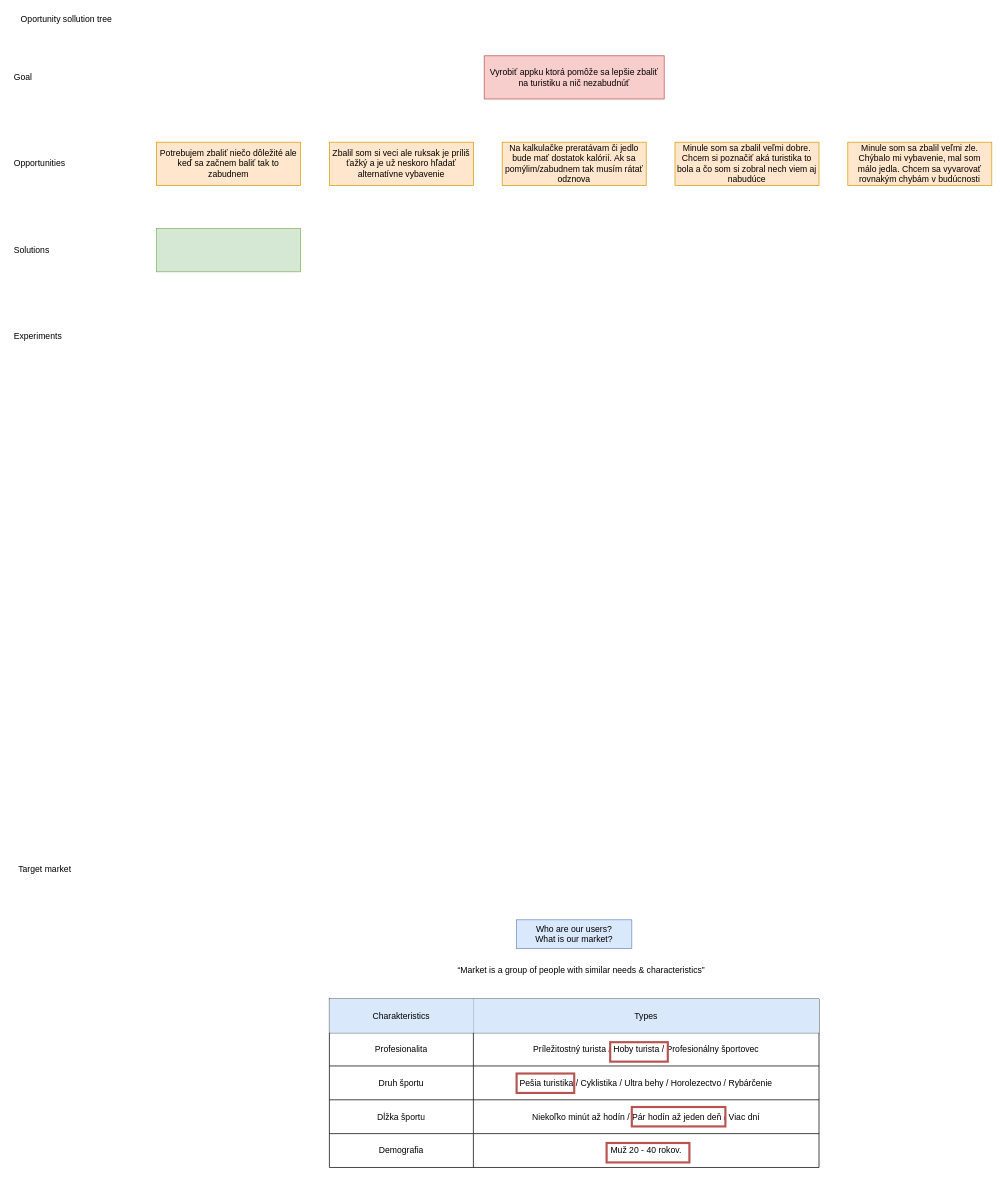
Before: product strategy/product strategy.drawio in gstibi/zbal, a draw.io diagram. Source tidied: cells renumbered, new cells numbered last; positions are measured from the earlier drawing's top-left corner, leaving out a move shared by most shapes. Both pictures are drawn from the tidied source at 72%, with x=0, y=0 at pixel (12, 12).
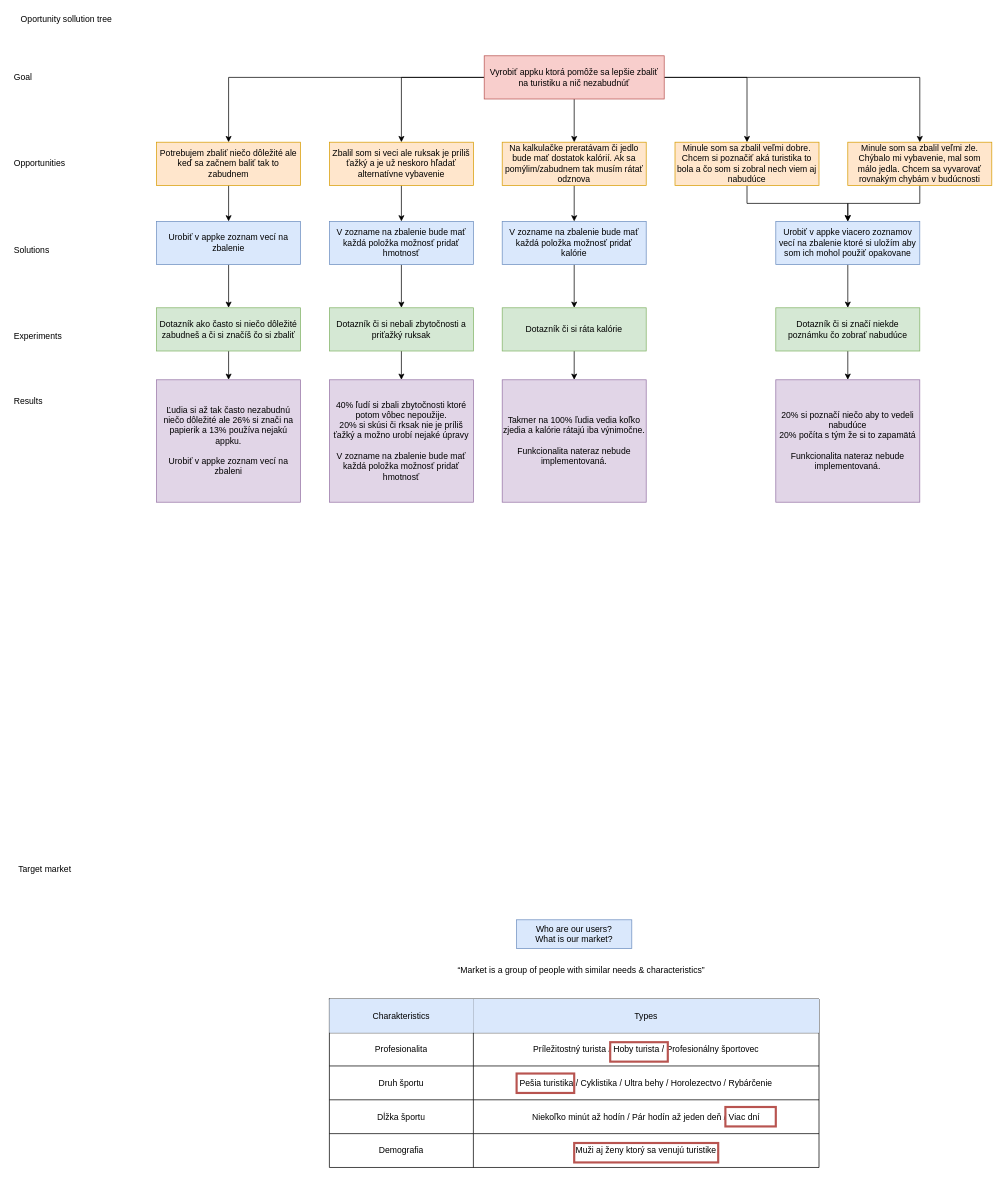
Above is the later version.

Commit message:
added results of interview

added results of interview into opportunity/sollution tree

Unchanged cells that the change refers to:
```xml
<mxCell id="4" value="Vyrobiť appku ktorá pomôže sa lepšie zbaliť na turistiku a nič nezabudnúť" style="rounded=0;whiteSpace=wrap;html=1;fillColor=#f8cecc;strokeColor=#b85450;" parent="1" vertex="1">
  <mxGeometry x="655" y="60" width="250" height="60" as="geometry" />
</mxCell>
<mxCell id="5" value="Potrebujem zbaliť niečo dôležité ale keď sa začnem baliť tak to zabudnem" style="rounded=0;whiteSpace=wrap;html=1;fillColor=#ffe6cc;strokeColor=#d79b00;" parent="1" vertex="1">
  <mxGeometry x="200" y="180" width="200" height="60" as="geometry" />
</mxCell>
<mxCell id="6" value="Zbalil som si veci ale ruksak je príliš ťažký a je už neskoro hľadať alternatívne vybavenie" style="rounded=0;whiteSpace=wrap;html=1;fillColor=#ffe6cc;strokeColor=#d79b00;" parent="1" vertex="1">
  <mxGeometry x="440" y="180" width="200" height="60" as="geometry" />
</mxCell>
<mxCell id="7" value="Na kalkulačke preratávam či jedlo bude mať dostatok kalórií. Ak sa pomýlim/zabudnem tak musím rátať odznova" style="rounded=0;whiteSpace=wrap;html=1;fillColor=#ffe6cc;strokeColor=#d79b00;" parent="1" vertex="1">
  <mxGeometry x="680" y="180" width="200" height="60" as="geometry" />
</mxCell>
<mxCell id="8" value="Minule som sa zbalil veľmi dobre. Chcem si poznačiť aká turistika to bola a čo som si zobral nech viem aj nabudúce" style="rounded=0;whiteSpace=wrap;html=1;fillColor=#ffe6cc;strokeColor=#d79b00;" parent="1" vertex="1">
  <mxGeometry x="920" y="180" width="200" height="60" as="geometry" />
</mxCell>
<mxCell id="9" value="Minule som sa zbalil veľmi zle. Chýbalo mi vybavenie, mal som málo jedla. Chcem sa vyvarovať rovnakým chybám v budúcnosti" style="rounded=0;whiteSpace=wrap;html=1;fillColor=#ffe6cc;strokeColor=#d79b00;" parent="1" vertex="1">
  <mxGeometry x="1160" y="180" width="200" height="60" as="geometry" />
</mxCell>
<mxCell id="30" style="shape=partialRectangle;html=1;whiteSpace=wrap;fillColor=none;top=0;left=0;bottom=0;right=0;" parent="17" vertex="1">
  <mxGeometry y="187" width="680" height="47" as="geometry" />
</mxCell>
```

Diff of the diagram source:
```diff
@@
+    <mxCell id="37" style="edgeStyle=orthogonalEdgeStyle;rounded=0;jettySize=auto;html=1;" parent="1" edge="1" source="4" target="7">
+      <mxGeometry relative="1" as="geometry" />
+    </mxCell>
+    <mxCell id="38" style="edgeStyle=orthogonalEdgeStyle;rounded=0;jettySize=auto;html=1;" parent="1" edge="1" source="4" target="5">
+      <mxGeometry relative="1" as="geometry" />
+    </mxCell>
+    <mxCell id="39" style="edgeStyle=orthogonalEdgeStyle;rounded=0;jettySize=auto;html=1;entryX=0.5;entryY=0;entryDx=0;entryDy=0;" parent="1" edge="1" source="4" target="6">
+      <mxGeometry relative="1" as="geometry" />
+    </mxCell>
+    <mxCell id="40" style="edgeStyle=orthogonalEdgeStyle;rounded=0;jettySize=auto;html=1;entryX=0.5;entryY=0;entryDx=0;entryDy=0;" parent="1" edge="1" source="4" target="9">
+      <mxGeometry relative="1" as="geometry" />
+    </mxCell>
+    <mxCell id="41" style="edgeStyle=orthogonalEdgeStyle;rounded=0;jettySize=auto;html=1;entryX=0.5;entryY=0;entryDx=0;entryDy=0;" parent="1" edge="1" source="4" target="8">
+      <mxGeometry relative="1" as="geometry" />
+    </mxCell>
@@
+    <mxCell id="42" style="edgeStyle=orthogonalEdgeStyle;rounded=0;jettySize=auto;html=1;" parent="1" edge="1" source="5" target="55">
+      <mxGeometry relative="1" as="geometry" />
+    </mxCell>
@@
+    <mxCell id="43" style="edgeStyle=orthogonalEdgeStyle;rounded=0;jettySize=auto;html=1;" parent="1" edge="1" source="6" target="57">
+      <mxGeometry relative="1" as="geometry" />
+    </mxCell>
@@
+    <mxCell id="44" style="edgeStyle=orthogonalEdgeStyle;rounded=0;jettySize=auto;html=1;" parent="1" edge="1" source="7" target="59">
+      <mxGeometry relative="1" as="geometry" />
+    </mxCell>
@@
+    <mxCell id="45" style="edgeStyle=orthogonalEdgeStyle;rounded=0;jettySize=auto;html=1;entryX=0.5;entryY=0;entryDx=0;entryDy=0;" parent="1" edge="1" source="8" target="61">
+      <mxGeometry relative="1" as="geometry" />
+    </mxCell>
@@
+    <mxCell id="46" style="edgeStyle=orthogonalEdgeStyle;rounded=0;jettySize=auto;html=1;entryX=0.5;entryY=0;entryDx=0;entryDy=0;" parent="1" edge="1" source="9" target="61">
+      <mxGeometry relative="1" as="geometry" />
+    </mxCell>
@@
+    <mxCell id="47" style="edgeStyle=orthogonalEdgeStyle;rounded=0;jettySize=auto;html=1;" parent="1" edge="1" source="10" target="63">
+      <mxGeometry relative="1" as="geometry" />
+    </mxCell>
-    <mxCell id="10" style="rounded=0;whiteSpace=wrap;html=1;fillColor=#d5e8d4;strokeColor=#82b366;" parent="1" vertex="1">
-      <mxGeometry x="200" y="300" width="200" height="60" as="geometry" />
+    <mxCell id="10" value="Dotazník ako často si niečo dôležité zabudneš a či si značíš čo si zbaliť" style="rounded=0;whiteSpace=wrap;html=1;fillColor=#d5e8d4;strokeColor=#82b366;" parent="1" vertex="1">
+      <mxGeometry x="200" y="410" width="200" height="60" as="geometry" />
     </mxCell>
@@
-    <mxCell id="32" value="Muž 20 - 40 rokov." style="shape=partialRectangle;html=1;whiteSpace=wrap;fillColor=none;top=0;left=0;bottom=0;right=0;overflow=hidden;" parent="30" vertex="1">
+    <mxCell id="32" value="Muži aj ženy ktorý sa venujú turistike" style="shape=partialRectangle;html=1;whiteSpace=wrap;fillColor=none;top=0;left=0;bottom=0;right=0;overflow=hidden;" parent="30" vertex="1">
       <mxGeometry x="200" width="480" height="47" as="geometry" />
     </mxCell>
@@
     <mxCell id="35" style="rounded=0;whiteSpace=wrap;html=1;strokeColor=#b85450;fillColor=none;strokeWidth=3;" parent="1" vertex="1">
-      <mxGeometry x="860" y="1520" width="130" height="27" as="geometry" />
+      <mxGeometry x="990" y="1520" width="70" height="27" as="geometry" />
     </mxCell>
-    <mxCell id="36" style="rounded=0;whiteSpace=wrap;html=1;strokeColor=#b85450;fillColor=none;strokeWidth=3;" parent="1" vertex="1">
-      <mxGeometry x="825" y="1570" width="115" height="27" as="geometry" />
-    </mxCell>
+    <mxCell id="48" style="edgeStyle=orthogonalEdgeStyle;rounded=0;jettySize=auto;html=1;" parent="1" edge="1" source="49" target="64">
+      <mxGeometry relative="1" as="geometry" />
+    </mxCell>
+    <mxCell id="49" value="Dotazník či si nebali zbytočnosti a priťažký ruksak" style="rounded=0;whiteSpace=wrap;html=1;fillColor=#d5e8d4;strokeColor=#82b366;" parent="1" vertex="1">
+      <mxGeometry x="440" y="410" width="200" height="60" as="geometry" />
+    </mxCell>
+    <mxCell id="50" style="edgeStyle=orthogonalEdgeStyle;rounded=0;jettySize=auto;html=1;" parent="1" edge="1" source="51" target="65">
+      <mxGeometry relative="1" as="geometry" />
+    </mxCell>
+    <mxCell id="51" value="Dotazník či si ráta kalórie" style="rounded=0;whiteSpace=wrap;html=1;fillColor=#d5e8d4;strokeColor=#82b366;" parent="1" vertex="1">
+      <mxGeometry x="680" y="410" width="200" height="60" as="geometry" />
+    </mxCell>
+    <mxCell id="52" style="edgeStyle=orthogonalEdgeStyle;rounded=0;jettySize=auto;html=1;" parent="1" edge="1" source="53" target="66">
+      <mxGeometry relative="1" as="geometry" />
+    </mxCell>
+    <mxCell id="53" value="Dotazník či si značí niekde poznámku čo zobrať nabudúce" style="rounded=0;whiteSpace=wrap;html=1;fillColor=#d5e8d4;strokeColor=#82b366;" parent="1" vertex="1">
+      <mxGeometry x="1060" y="410" width="200" height="60" as="geometry" />
+    </mxCell>
+    <mxCell id="54" style="edgeStyle=orthogonalEdgeStyle;rounded=0;jettySize=auto;html=1;" parent="1" edge="1" source="55" target="10">
+      <mxGeometry relative="1" as="geometry" />
+    </mxCell>
+    <mxCell id="55" value="Urobiť v appke zoznam vecí na zbalenie" style="rounded=0;whiteSpace=wrap;html=1;fillColor=#dae8fc;strokeColor=#6c8ebf;" parent="1" vertex="1">
+      <mxGeometry x="200" y="290" width="200" height="60" as="geometry" />
+    </mxCell>
+    <mxCell id="56" style="edgeStyle=orthogonalEdgeStyle;rounded=0;jettySize=auto;html=1;" parent="1" edge="1" source="57" target="49">
+      <mxGeometry relative="1" as="geometry" />
+    </mxCell>
+    <mxCell id="57" value="V zozname na zbalenie bude mať každá položka možnosť pridať hmotnosť" style="rounded=0;whiteSpace=wrap;html=1;fillColor=#dae8fc;strokeColor=#6c8ebf;" parent="1" vertex="1">
+      <mxGeometry x="440" y="290" width="200" height="60" as="geometry" />
+    </mxCell>
+    <mxCell id="58" style="edgeStyle=orthogonalEdgeStyle;rounded=0;jettySize=auto;html=1;" parent="1" edge="1" source="59" target="51">
+      <mxGeometry relative="1" as="geometry" />
+    </mxCell>
+    <mxCell id="59" value="V zozname na zbalenie bude mať každá položka možnosť pridať kalórie" style="rounded=0;whiteSpace=wrap;html=1;fillColor=#dae8fc;strokeColor=#6c8ebf;" parent="1" vertex="1">
+      <mxGeometry x="680" y="290" width="200" height="60" as="geometry" />
+    </mxCell>
+    <mxCell id="60" style="edgeStyle=orthogonalEdgeStyle;rounded=0;jettySize=auto;html=1;" parent="1" edge="1" source="61" target="53">
+      <mxGeometry relative="1" as="geometry" />
+    </mxCell>
+    <mxCell id="61" value="Urobiť v appke viacero zoznamov vecí na zbalenie ktoré si uložím aby som ich mohol použiť opakovane" style="rounded=0;whiteSpace=wrap;html=1;fillColor=#dae8fc;strokeColor=#6c8ebf;" parent="1" vertex="1">
+      <mxGeometry x="1060" y="290" width="200" height="60" as="geometry" />
+    </mxCell>
+    <mxCell id="62" value="Results" style="text;html=1;strokeColor=none;fillColor=none;align=left;verticalAlign=middle;whiteSpace=wrap;rounded=0;" parent="1" vertex="1">
+      <mxGeometry y="530" width="80" height="20" as="geometry" />
+    </mxCell>
+    <mxCell id="63" value="Ľudia si až tak často nezabudnú niečo dôležité ale 26% si znači na papierik a 13% používa nejakú appku.&lt;br&gt;&lt;br&gt;Urobiť v appke zoznam vecí na zbaleni" style="rounded=0;whiteSpace=wrap;html=1;fillColor=#e1d5e7;strokeColor=#9673a6;" parent="1" vertex="1">
+      <mxGeometry x="200" y="510" width="200" height="170" as="geometry" />
+    </mxCell>
+    <mxCell id="64" value="40% ľudí si zbali zbytočnosti ktoré potom vôbec nepoužije.&lt;br&gt;20% si skúsi či rksak nie je príliš ťažký a možno urobí nejaké úpravy&lt;br&gt;&lt;br&gt;V zozname na zbalenie bude mať každá položka možnosť pridať hmotnosť" style="rounded=0;whiteSpace=wrap;html=1;fillColor=#e1d5e7;strokeColor=#9673a6;" parent="1" vertex="1">
+      <mxGeometry x="440" y="510" width="200" height="170" as="geometry" />
+    </mxCell>
+    <mxCell id="65" value="Takmer na 100% ľudia vedia koľko zjedia a kalórie rátajú iba výnimočne.&lt;br&gt;&lt;br&gt;Funkcionalita nateraz nebude implementovaná." style="rounded=0;whiteSpace=wrap;html=1;fillColor=#e1d5e7;strokeColor=#9673a6;" parent="1" vertex="1">
+      <mxGeometry x="680" y="510" width="200" height="170" as="geometry" />
+    </mxCell>
+    <mxCell id="66" value="20% si poznačí niečo aby to vedeli nabudúce&lt;br&gt;20% počíta s tým že si to zapamätá&lt;br&gt;&lt;br&gt;Funkcionalita nateraz nebude implementovaná." style="rounded=0;whiteSpace=wrap;html=1;fillColor=#e1d5e7;strokeColor=#9673a6;" parent="1" vertex="1">
+      <mxGeometry x="1060" y="510" width="200" height="170" as="geometry" />
+    </mxCell>
+    <mxCell id="67" style="rounded=0;whiteSpace=wrap;html=1;strokeColor=#b85450;fillColor=none;strokeWidth=3;" parent="1" vertex="1">
+      <mxGeometry x="780" y="1570" width="200" height="27" as="geometry" />
+    </mxCell>
```
